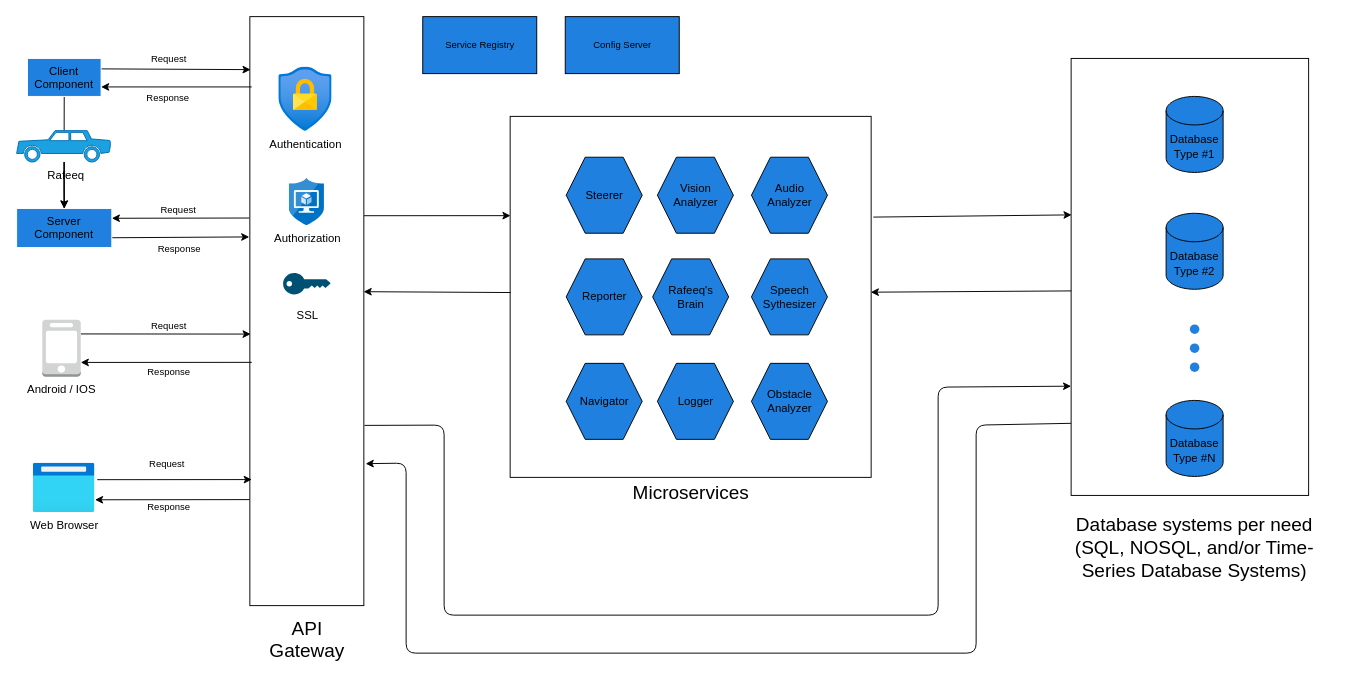
Above: doc/UML/Class Diagram/architecture.drawio in pro-gram-ming/rafeeq (draw.io), before the change. Source tidied: cells renumbered, new cells numbered last; positions are measured from the earlier drawing's top-left corner, leaving out a move shared by most shapes. Both pictures are drawn from the tidied source at 95%, with x=0, y=0 at pixel (16, 16).
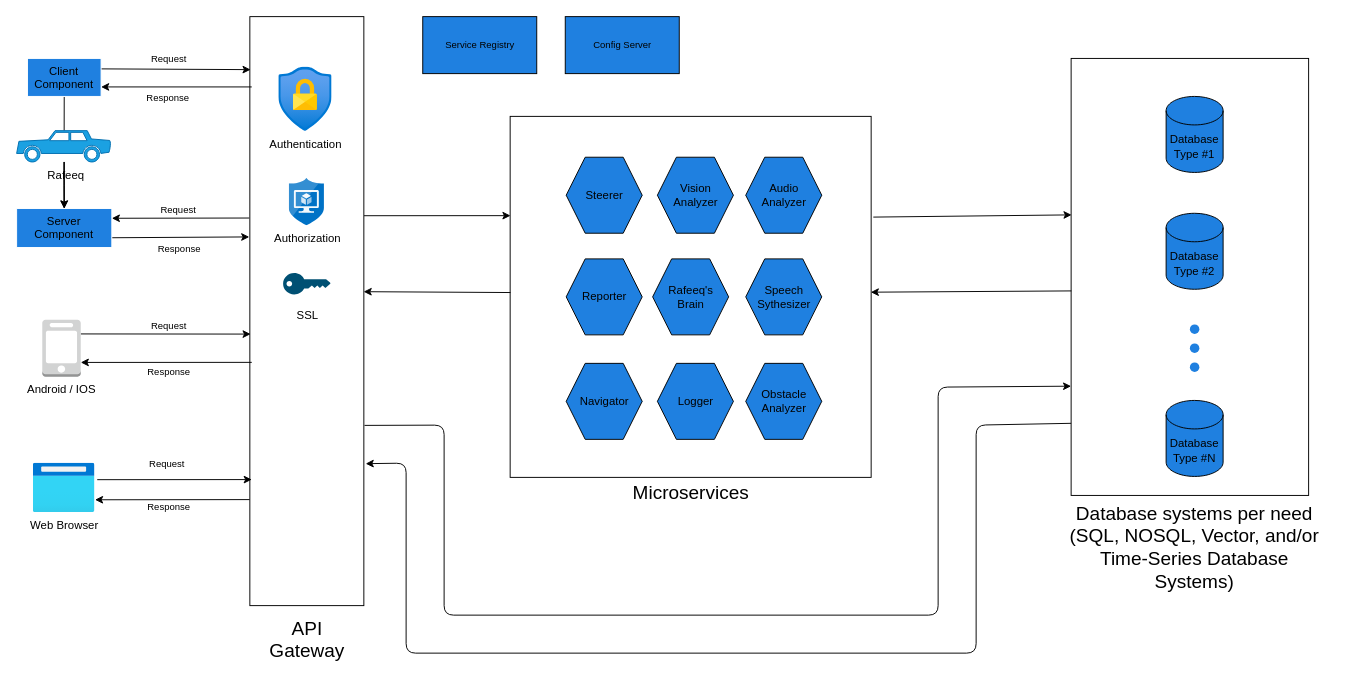
The same page after the edit.

The change refers to these unchanged cells:
```xml
<mxCell id="31" style="group;fontSize=20;labelBackgroundColor=none;fontColor=none;noLabel=1;" parent="1" vertex="1">
  <mxGeometry x="519.5" y="105" width="380" height="410" as="geometry" />
</mxCell>
<mxCell id="46" style="group;labelBackgroundColor=none;fontColor=default;fontSize=12;" parent="1" vertex="1">
  <mxGeometry x="1070" y="44" width="330" height="557" as="geometry" />
</mxCell>
```

What changed in the source:
```diff
@@
     <mxCell id="34" value="Audio Analyzer" style="shape=hexagon;perimeter=hexagonPerimeter2;whiteSpace=wrap;html=1;fixedSize=1;rotation=0;fillColor=#1f80e0;" parent="31" vertex="1">
-      <mxGeometry x="254" y="43" width="80" height="80" as="geometry" />
+      <mxGeometry x="248" y="43" width="80" height="80" as="geometry" />
     </mxCell>
     <mxCell id="35" value="Obstacle Analyzer" style="shape=hexagon;perimeter=hexagonPerimeter2;whiteSpace=wrap;html=1;fixedSize=1;rotation=0;fillColor=#1f80e0;" parent="31" vertex="1">
-      <mxGeometry x="254" y="260" width="80" height="80" as="geometry" />
+      <mxGeometry x="248" y="260" width="80" height="80" as="geometry" />
     </mxCell>
@@
     <mxCell id="40" value="Speech Sythesizer" style="shape=hexagon;perimeter=hexagonPerimeter2;whiteSpace=wrap;html=1;fixedSize=1;rotation=0;fillColor=#1f80e0;" parent="31" vertex="1">
-      <mxGeometry x="254" y="150" width="80" height="80" as="geometry" />
+      <mxGeometry x="248" y="150" width="80" height="80" as="geometry" />
     </mxCell>
@@
-    <mxCell id="55" value="&lt;span&gt;Database systems per need (SQL, NOSQL, and/or Time-Series Database Systems)&lt;/span&gt;" style="text;html=1;strokeColor=none;fillColor=none;align=center;verticalAlign=middle;whiteSpace=wrap;rounded=0;labelBackgroundColor=none;fontColor=default;fontSize=20;" parent="46" vertex="1">
+    <mxCell id="55" value="&lt;span&gt;Database systems per need (SQL, NOSQL, Vector, and/or Time-Series Database Systems)&lt;/span&gt;" style="text;html=1;strokeColor=none;fillColor=none;align=center;verticalAlign=middle;whiteSpace=wrap;rounded=0;labelBackgroundColor=none;fontColor=default;fontSize=20;" parent="46" vertex="1">
       <mxGeometry x="30" y="470" width="280" height="87" as="geometry" />
     </mxCell>
```
